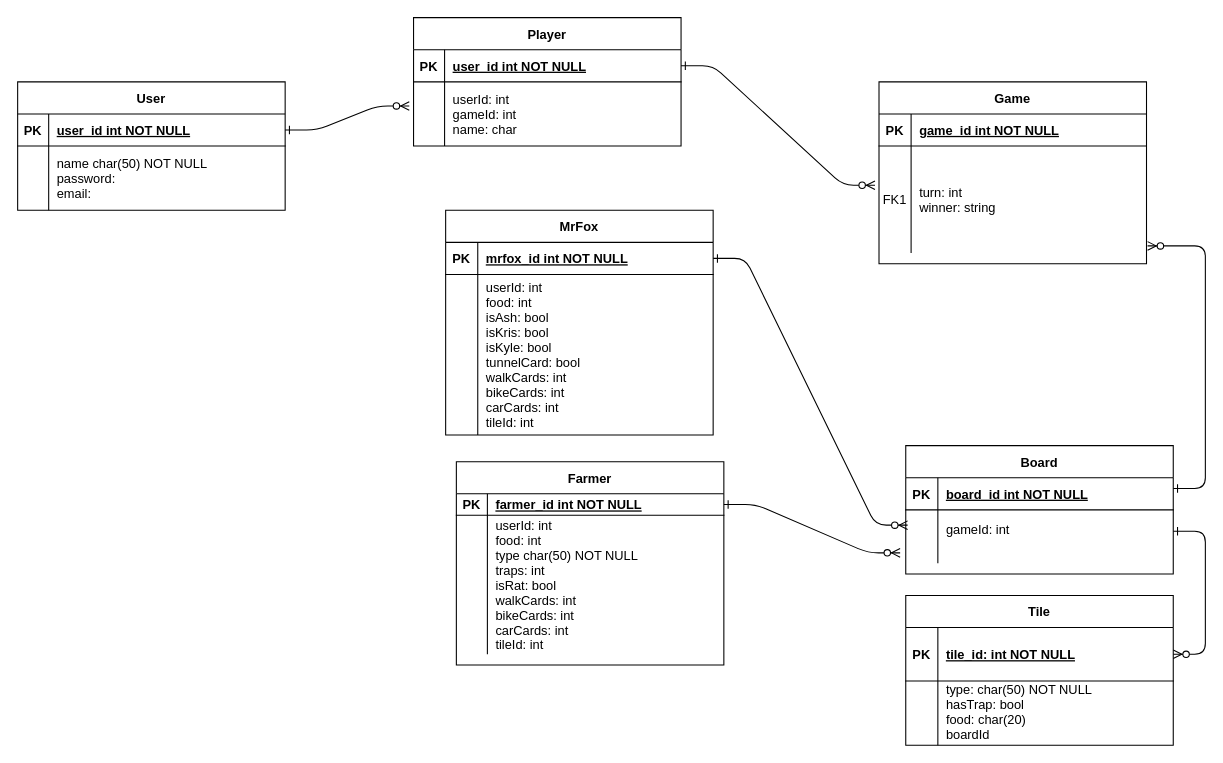
This is Untitled Diagram.drawio from sebaterrazas/ERdiagram, a draw.io file, before an edit. Source tidied: cells renumbered, new cells numbered last; positions are measured from the earlier drawing's top-left corner, leaving out a move shared by most shapes. Both pictures are drawn from the tidied source at 107%, with x=0, y=0 at pixel (17, 17).
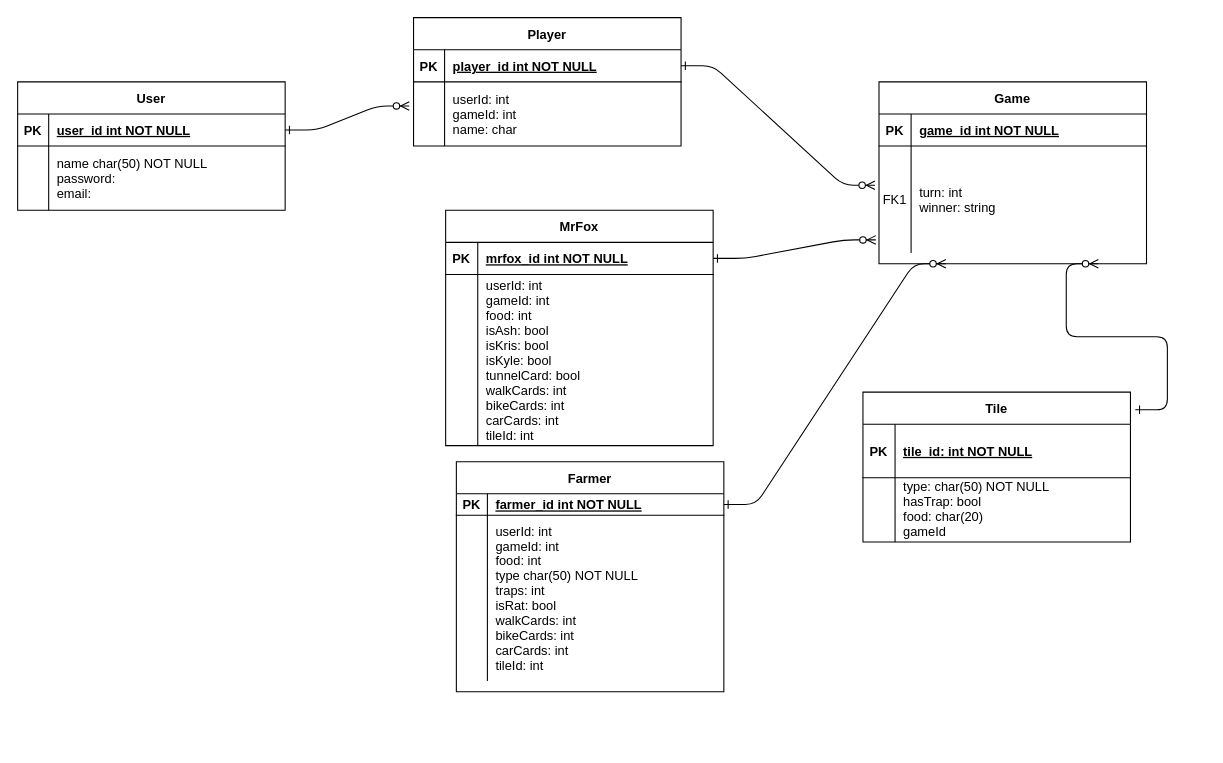
After the change.

Unchanged cells that the change refers to:
```xml
<mxCell id="3" value="Game" style="shape=table;startSize=30;childLayout=tableLayout;rowLines=0;fontStyle=1;align=center;" parent="1" vertex="1">
  <mxGeometry x="805" y="60" width="250" height="170" as="geometry" />
</mxCell>
<mxCell id="7" style="shape=partialRectangle;fillColor=none;points=[[0,0.5],[1,0.5]];portConstraint=eastwest;top=0;left=0;right=0;bottom=0;" parent="3" vertex="1">
  <mxGeometry y="60" width="250" height="100" as="geometry" />
</mxCell>
<mxCell id="11" style="shape=partialRectangle;fillColor=none;points=[[0,0.5],[1,0.5]];portConstraint=eastwest;top=0;left=0;right=0;bottom=1;" parent="10" vertex="1">
  <mxGeometry y="30" width="250" height="30" as="geometry" />
</mxCell>
<mxCell id="18" style="shape=partialRectangle;fillColor=none;points=[[0,0.5],[1,0.5]];portConstraint=eastwest;top=0;left=0;right=0;bottom=1;" parent="17" vertex="1">
  <mxGeometry y="30" width="250" height="20" as="geometry" />
</mxCell>
<mxCell id="34" style="shape=partialRectangle;fillColor=none;points=[[0,0.5],[1,0.5]];portConstraint=eastwest;top=0;left=0;right=0;bottom=1;" parent="33" vertex="1">
  <mxGeometry y="30" width="250" height="50" as="geometry" />
</mxCell>
<mxCell id="37" style="shape=partialRectangle;fillColor=none;top=0;left=0;right=0;bottom=0;" parent="33" vertex="1">
  <mxGeometry y="80" width="250" height="60" as="geometry" />
</mxCell>
<mxCell id="51" style="shape=partialRectangle;fillColor=none;points=[[0,0.5],[1,0.5]];portConstraint=eastwest;top=0;left=0;right=0;bottom=1;" parent="50" vertex="1">
  <mxGeometry y="30" width="250" height="30" as="geometry" />
</mxCell>
```

What changed in the source:
```diff
@@
-    <mxCell id="2" style="edgeStyle=entityRelationEdgeStyle;endArrow=ERzeroToMany;startArrow=ERone;endFill=1;startFill=0;entryX=0.007;entryY=0.286;entryDx=0;entryDy=0;entryPerimeter=0;" parent="1" edge="1" source="11" target="30">
+    <mxCell id="2" style="edgeStyle=entityRelationEdgeStyle;endArrow=ERzeroToMany;startArrow=ERone;endFill=1;startFill=0;entryX=-0.012;entryY=0.877;entryDx=0;entryDy=0;entryPerimeter=0;" parent="1" edge="1" source="11" target="7">
       <mxGeometry relative="1" as="geometry" />
     </mxCell>
@@
     <mxCell id="10" value="MrFox" style="shape=table;startSize=30;childLayout=tableLayout;rowLines=0;fontStyle=1;align=center;" parent="1" vertex="1">
-      <mxGeometry x="400" y="180" width="250" height="210" as="geometry" />
+      <mxGeometry x="400" y="180" width="250" height="220" as="geometry" />
     </mxCell>
@@
     <mxCell id="14" style="shape=partialRectangle;fillColor=none;top=0;left=0;right=0;bottom=0;" parent="10" vertex="1">
-      <mxGeometry y="60" width="250" height="150" as="geometry" />
+      <mxGeometry y="60" width="250" height="160" as="geometry" />
     </mxCell>
     <mxCell id="15" style="shape=partialRectangle;overflow=hidden;fillColor=none;top=0;left=0;bottom=0;right=0;" parent="14" vertex="1">
-      <mxGeometry width="30" height="150" as="geometry" />
+      <mxGeometry width="30" height="160" as="geometry" />
     </mxCell>
-    <mxCell id="16" value="userId: int&#10;food: int&#10;isAsh: bool&#10;isKris: bool&#10;isKyle: bool&#10;tunnelCard: bool&#10;walkCards: int&#10;bikeCards: int&#10;carCards: int&#10;tileId: int" style="shape=partialRectangle;overflow=hidden;fillColor=none;top=0;left=0;bottom=0;right=0;align=left;spacingLeft=6;" parent="14" vertex="1">
-      <mxGeometry x="30" width="220" height="150" as="geometry" />
+    <mxCell id="16" value="userId: int&#10;gameId: int&#10;food: int&#10;isAsh: bool&#10;isKris: bool&#10;isKyle: bool&#10;tunnelCard: bool&#10;walkCards: int&#10;bikeCards: int&#10;carCards: int&#10;tileId: int" style="shape=partialRectangle;overflow=hidden;fillColor=none;top=0;left=0;bottom=0;right=0;align=left;spacingLeft=6;" parent="14" vertex="1">
+      <mxGeometry x="30" width="220" height="160" as="geometry" />
     </mxCell>
     <mxCell id="17" value="Farmer" style="shape=table;startSize=30;childLayout=tableLayout;rowLines=0;fontStyle=1;align=center;" parent="1" vertex="1">
-      <mxGeometry x="410" y="415" width="250" height="190" as="geometry" />
+      <mxGeometry x="410" y="415" width="250" height="215" as="geometry" />
     </mxCell>
@@
     <mxCell id="21" style="shape=partialRectangle;fillColor=none;top=0;left=0;right=0;bottom=0;" parent="17" vertex="1">
-      <mxGeometry y="50" width="250" height="130" as="geometry" />
+      <mxGeometry y="50" width="250" height="155" as="geometry" />
     </mxCell>
     <mxCell id="22" style="shape=partialRectangle;overflow=hidden;fillColor=none;top=0;left=0;bottom=0;right=0;" parent="21" vertex="1">
-      <mxGeometry width="29" height="130" as="geometry" />
+      <mxGeometry width="29" height="155" as="geometry" />
     </mxCell>
-    <mxCell id="23" value="userId: int&#10;food: int&#10;type char(50) NOT NULL&#10;traps: int&#10;isRat: bool&#10;walkCards: int&#10;bikeCards: int&#10;carCards: int&#10;tileId: int" style="shape=partialRectangle;overflow=hidden;fillColor=none;top=0;left=0;bottom=0;right=0;align=left;spacingLeft=6;" parent="21" vertex="1">
-      <mxGeometry x="29" width="221" height="130" as="geometry" />
+    <mxCell id="23" value="userId: int&#10;gameId: int&#10;food: int&#10;type char(50) NOT NULL&#10;traps: int&#10;isRat: bool&#10;walkCards: int&#10;bikeCards: int&#10;carCards: int&#10;tileId: int" style="shape=partialRectangle;overflow=hidden;fillColor=none;top=0;left=0;bottom=0;right=0;align=left;spacingLeft=6;" parent="21" vertex="1">
+      <mxGeometry x="29" width="221" height="155" as="geometry" />
     </mxCell>
-    <mxCell id="24" style="edgeStyle=entityRelationEdgeStyle;endArrow=ERzeroToMany;startArrow=ERone;endFill=1;startFill=0;exitX=1;exitY=0.5;exitDx=0;exitDy=0;entryX=-0.021;entryY=0.804;entryDx=0;entryDy=0;entryPerimeter=0;" parent="1" edge="1" source="18" target="30">
+    <mxCell id="24" style="edgeStyle=entityRelationEdgeStyle;endArrow=ERzeroToMany;startArrow=ERone;endFill=1;startFill=0;exitX=1;exitY=0.5;exitDx=0;exitDy=0;entryX=0.25;entryY=1;entryDx=0;entryDy=0;" parent="1" edge="1" source="18" target="3">
       <mxGeometry relative="1" as="geometry" />
     </mxCell>
-    <mxCell id="25" style="edgeStyle=entityRelationEdgeStyle;endArrow=ERzeroToMany;startArrow=ERone;endFill=1;startFill=0;entryX=1.004;entryY=0.933;entryDx=0;entryDy=0;entryPerimeter=0;" parent="1" edge="1" target="7">
+    <mxCell id="25" style="edgeStyle=entityRelationEdgeStyle;endArrow=ERzeroToMany;startArrow=ERone;endFill=1;startFill=0;exitX=1.018;exitY=0.118;exitDx=0;exitDy=0;exitPerimeter=0;" parent="1" edge="1" source="33">
       <mxGeometry relative="1" as="geometry">
-        <mxPoint x="1080" y="440" as="sourcePoint" />
+        <mxPoint x="1010" y="230" as="targetPoint" />
       </mxGeometry>
     </mxCell>
-    <mxCell id="26" value="Board" style="shape=table;startSize=30;childLayout=tableLayout;rowLines=0;fontStyle=1;align=center;" parent="1" vertex="1">
-      <mxGeometry x="830" y="400" width="250" height="120" as="geometry" />
-    </mxCell>
-    <mxCell id="27" style="shape=partialRectangle;fillColor=none;top=0;left=0;right=0;bottom=1;" parent="26" vertex="1">
-      <mxGeometry y="30" width="250" height="30" as="geometry" />
-    </mxCell>
-    <mxCell id="28" value="PK" style="shape=partialRectangle;overflow=hidden;fillColor=none;top=0;left=0;bottom=0;right=0;fontStyle=1;" parent="27" vertex="1">
-      <mxGeometry width="30" height="30" as="geometry" />
-    </mxCell>
-    <mxCell id="29" value="board_id int NOT NULL" style="shape=partialRectangle;overflow=hidden;fillColor=none;top=0;left=0;bottom=0;right=0;align=left;spacingLeft=6;fontStyle=5;" parent="27" vertex="1">
-      <mxGeometry x="30" width="220" height="30" as="geometry" />
-    </mxCell>
-    <mxCell id="30" style="shape=partialRectangle;fillColor=none;points=[[0,0.5],[1,0.5]];portConstraint=eastwest;top=0;left=0;right=0;bottom=0;" parent="26" vertex="1">
-      <mxGeometry y="60" width="250" height="50" as="geometry" />
-    </mxCell>
-    <mxCell id="31" style="shape=partialRectangle;overflow=hidden;fillColor=none;top=0;left=0;bottom=0;right=0;" parent="30" vertex="1">
-      <mxGeometry width="30" height="50" as="geometry" />
-    </mxCell>
-    <mxCell id="32" value="gameId: int&#10;" style="shape=partialRectangle;overflow=hidden;fillColor=none;top=0;left=0;bottom=0;right=0;align=left;spacingLeft=6;" parent="30" vertex="1">
-      <mxGeometry x="30" width="220" height="50" as="geometry" />
-    </mxCell>
     <mxCell id="33" value="Tile" style="shape=table;startSize=30;childLayout=tableLayout;rowLines=0;fontStyle=1;align=center;" parent="1" vertex="1">
-      <mxGeometry x="830" y="540" width="250" height="140" as="geometry" />
+      <mxGeometry x="790" y="350" width="250" height="140" as="geometry" />
     </mxCell>
@@
-    <mxCell id="39" value="type: char(50) NOT NULL&#10;hasTrap: bool&#10;food: char(20)&#10;boardId&#10;" style="shape=partialRectangle;overflow=hidden;fillColor=none;top=0;left=0;bottom=0;right=0;align=left;spacingLeft=6;" parent="37" vertex="1">
+    <mxCell id="39" value="type: char(50) NOT NULL&#10;hasTrap: bool&#10;food: char(20)&#10;gameId&#10;" style="shape=partialRectangle;overflow=hidden;fillColor=none;top=0;left=0;bottom=0;right=0;align=left;spacingLeft=6;" parent="37" vertex="1">
       <mxGeometry x="30" width="220" height="60" as="geometry" />
     </mxCell>
-    <mxCell id="40" style="edgeStyle=entityRelationEdgeStyle;endArrow=ERzeroToMany;startArrow=ERone;endFill=1;startFill=0;entryX=1;entryY=0.5;entryDx=0;entryDy=0;" parent="1" edge="1" target="34">
-      <mxGeometry relative="1" as="geometry">
-        <mxPoint x="1080" y="480" as="sourcePoint" />
-      </mxGeometry>
-    </mxCell>
@@
-    <mxCell id="53" value="user_id int NOT NULL " style="shape=partialRectangle;overflow=hidden;fillColor=none;top=0;left=0;bottom=0;right=0;align=left;spacingLeft=6;fontStyle=5;" parent="51" vertex="1">
+    <mxCell id="53" value="player_id int NOT NULL " style="shape=partialRectangle;overflow=hidden;fillColor=none;top=0;left=0;bottom=0;right=0;align=left;spacingLeft=6;fontStyle=5;" parent="51" vertex="1">
       <mxGeometry x="29" width="221" height="30" as="geometry" />
     </mxCell>
```
